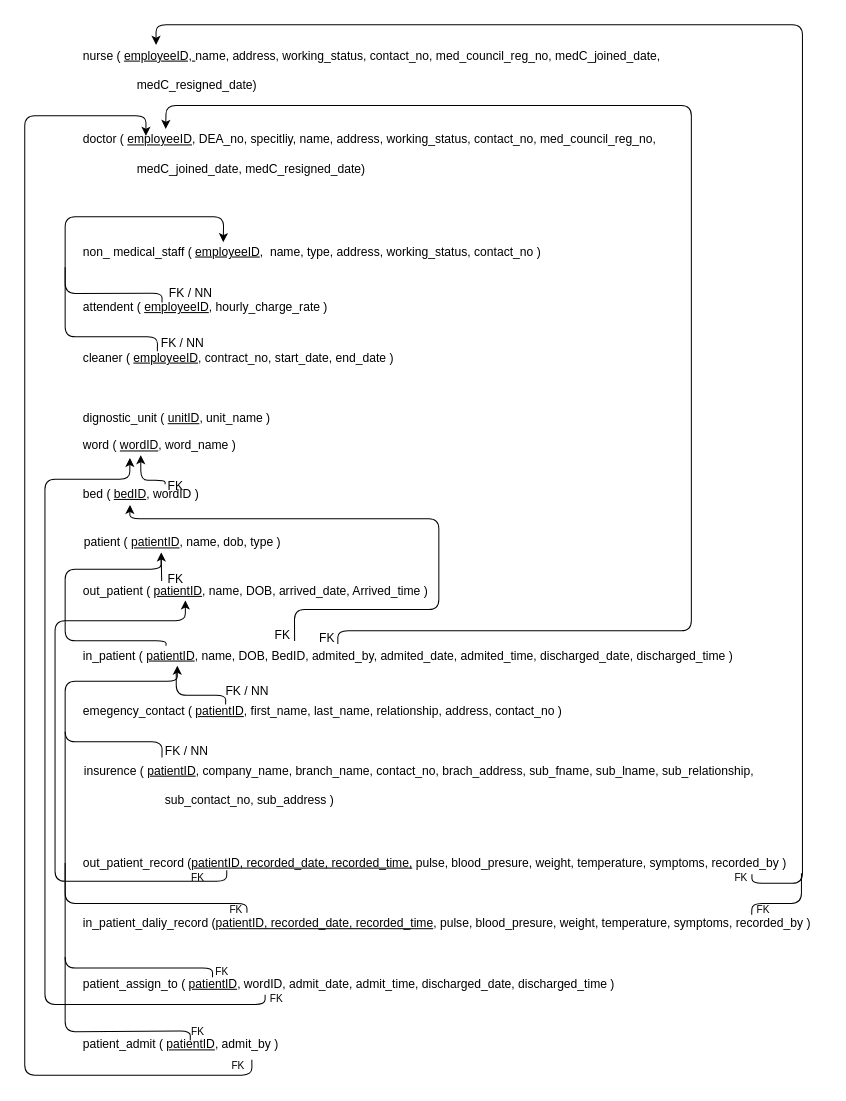
Janithpm/1203AssignmentGroup28 keeps this draw.io diagram as page "Page-2" (2 of 3) of G28-2.drawio. Above is the earlier version. Source tidied: cells renumbered, new cells numbered last; positions are measured from the earlier drawing's top-left corner, leaving out a move shared by most shapes. Both pictures are drawn from the tidied source at 101%, with x=0, y=0 at pixel (24, 24).
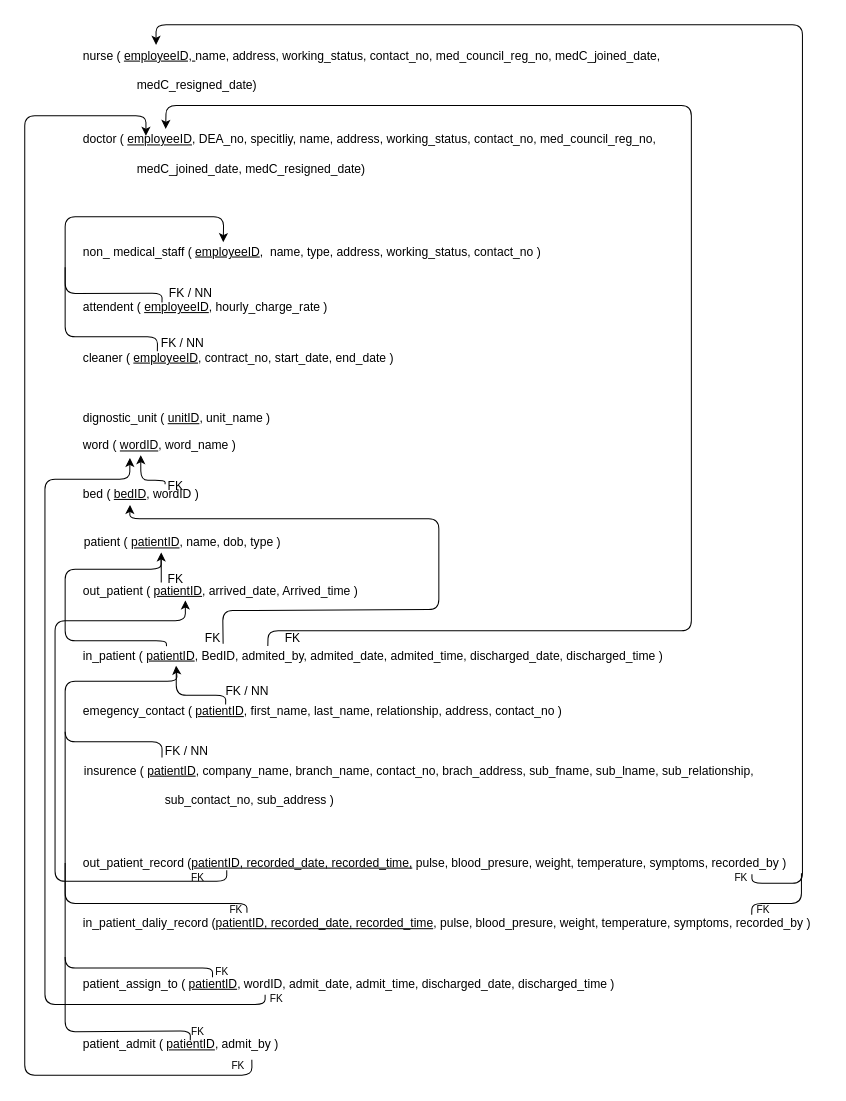
After the change.

Commit message (it also covers changes not shown here):
sql dump

The change refers to these unchanged cells:
```xml
<mxCell id="6" value="insurence ( &lt;u&gt;patientID&lt;/u&gt;, company_name, branch_name, contact_no, brach_address, sub_fname, sub_lname, sub_relationship,&lt;br&gt;&lt;span style=&quot;white-space: pre&quot;&gt;&#9;&lt;/span&gt;&lt;span style=&quot;white-space: pre&quot;&gt;&#9;&lt;/span&gt;&lt;span style=&quot;white-space: pre&quot;&gt;&#9;&lt;/span&gt;&lt;br&gt;&lt;span style=&quot;white-space: pre&quot;&gt;&#9;&lt;/span&gt;&lt;span style=&quot;white-space: pre&quot;&gt;&#9;&lt;/span&gt;&lt;span style=&quot;white-space: pre&quot;&gt;&#9;&lt;/span&gt;sub_contact_no, sub_address )" style="text;html=1;align=left;verticalAlign=middle;points=[];strokeColor=none;fillColor=none;" parent="1" vertex="1">
  <mxGeometry x="57" y="728" width="680" height="50" as="geometry" />
</mxCell>
<mxCell id="10" value="doctor ( &lt;u&gt;employeeID&lt;/u&gt;, DEA_no, specitliy, name, address, working_status, contact_no, med_council_reg_no,&lt;br&gt;&amp;nbsp;&lt;br&gt;&lt;span style=&quot;white-space: pre&quot;&gt;&#9;&lt;/span&gt;&lt;span style=&quot;white-space: pre&quot;&gt;&#9;&lt;/span&gt;medC_joined_date, medC_resigned_date)&amp;nbsp;" style="text;html=1;align=left;verticalAlign=middle;points=[];strokeColor=none;fillColor=none;" parent="1" vertex="1">
  <mxGeometry x="56" y="103" width="580" height="50" as="geometry" />
</mxCell>
```

What changed in the source:
```diff
@@
-    <mxCell id="2" value="&lt;font style=&quot;font-size: 12px&quot;&gt;in_patient ( &lt;u&gt;patientID&lt;/u&gt;, name, DOB, BedID, admited_by, admited_date, admited_time,&amp;nbsp;discharged_date, discharged_time )&lt;br&gt;&lt;/font&gt;" style="text;html=1;align=left;verticalAlign=middle;points=[];strokeColor=none;fillColor=none;" parent="1" vertex="1">
-      <mxGeometry x="56" y="615" width="660" height="20" as="geometry" />
+    <mxCell id="2" value="&lt;font style=&quot;font-size: 12px&quot;&gt;in_patient ( &lt;u&gt;patientID&lt;/u&gt;, BedID, admited_by, admited_date, admited_time,&amp;nbsp;discharged_date, discharged_time )&lt;br&gt;&lt;/font&gt;" style="text;html=1;align=left;verticalAlign=middle;points=[];strokeColor=none;fillColor=none;" parent="1" vertex="1">
+      <mxGeometry x="56" y="615" width="590" height="20" as="geometry" />
     </mxCell>
-    <mxCell id="3" value="&lt;font style=&quot;font-size: 12px&quot;&gt;out_patient ( &lt;u&gt;patientID&lt;/u&gt;, name, DOB, arrived_date, Arrived_time )&lt;/font&gt;" style="text;html=1;align=left;verticalAlign=middle;points=[];strokeColor=none;fillColor=none;" parent="1" vertex="1">
-      <mxGeometry x="56" y="551" width="360" height="20" as="geometry" />
+    <mxCell id="3" value="&lt;font style=&quot;font-size: 12px&quot;&gt;out_patient ( &lt;u&gt;patientID&lt;/u&gt;, arrived_date, Arrived_time )&lt;/font&gt;" style="text;html=1;align=left;verticalAlign=middle;points=[];strokeColor=none;fillColor=none;" parent="1" vertex="1">
+      <mxGeometry x="56" y="551" width="290" height="20" as="geometry" />
     </mxCell>
@@
-    <mxCell id="7" style="endArrow=classic;html=1;entryX=0.144;entryY=0.981;entryDx=0;entryDy=0;entryPerimeter=0;exitX=0.116;exitY=-0.052;exitDx=0;exitDy=0;exitPerimeter=0;" parent="1" edge="1" source="6" target="2">
+    <mxCell id="7" style="endArrow=classic;html=1;entryX=0.159;entryY=0.98;entryDx=0;entryDy=0;entryPerimeter=0;exitX=0.116;exitY=-0.052;exitDx=0;exitDy=0;exitPerimeter=0;" parent="1" edge="1" source="6" target="2">
       <mxGeometry relative="1" as="geometry">
         <Array as="points">
           <mxPoint x="136" y="710" />
           <mxPoint x="40" y="710" />
           <mxPoint x="40" y="650" />
           <mxPoint x="151" y="650" />
         </Array>
       </mxGeometry>
     </mxCell>
@@
-    <mxCell id="44" style="endArrow=classic;html=1;exitX=0.32;exitY=-0.19;exitDx=0;exitDy=0;exitPerimeter=0;entryX=0.371;entryY=1.07;entryDx=0;entryDy=0;entryPerimeter=0;" parent="1" edge="1">
+    <mxCell id="44" style="endArrow=classic;html=1;exitX=0.238;exitY=-0.105;exitDx=0;exitDy=0;exitPerimeter=0;entryX=0.371;entryY=1.07;entryDx=0;entryDy=0;entryPerimeter=0;" parent="1" edge="1" source="2">
       <mxGeometry relative="1" as="geometry">
-        <mxPoint x="267.2" y="610.2" as="sourcePoint" />
         <mxPoint x="104.2" y="475.4" as="targetPoint" />
         <Array as="points">
-          <mxPoint x="267" y="579" />
+          <mxPoint x="196" y="580" />
           <mxPoint x="410" y="579" />
           <mxPoint x="410" y="489" />
           <mxPoint x="104" y="489" />
         </Array>
       </mxGeometry>
     </mxCell>
     <mxCell id="45" value="FK" style="text;html=1;align=center;verticalAlign=middle;strokeColor=none;fillColor=none;" parent="1" vertex="1">
-      <mxGeometry x="240" y="595" width="30" height="20" as="geometry" />
+      <mxGeometry x="250" y="598" width="30" height="20" as="geometry" />
     </mxCell>
-    <mxCell id="46" style="endArrow=classic;html=1;entryX=0.144;entryY=0.004;entryDx=0;entryDy=0;entryPerimeter=0;" parent="1" edge="1" target="10">
+    <mxCell id="46" style="endArrow=classic;html=1;entryX=0.144;entryY=0.004;entryDx=0;entryDy=0;entryPerimeter=0;exitX=0.313;exitY=0.005;exitDx=0;exitDy=0;exitPerimeter=0;" parent="1" edge="1" source="2" target="10">
       <mxGeometry relative="1" as="geometry">
-        <mxPoint x="310" y="613" as="sourcePoint" />
         <Array as="points">
-          <mxPoint x="310" y="600" />
+          <mxPoint x="241" y="600" />
           <mxPoint x="660" y="600" />
           <mxPoint x="660" y="80" />
           <mxPoint x="140" y="80" />
         </Array>
       </mxGeometry>
     </mxCell>
     <mxCell id="47" value="FK" style="text;html=1;align=center;verticalAlign=middle;strokeColor=none;fillColor=none;" parent="1" vertex="1">
-      <mxGeometry x="284" y="598" width="30" height="20" as="geometry" />
+      <mxGeometry x="171" y="598" width="30" height="20" as="geometry" />
     </mxCell>
@@
-    <mxCell id="49" style="endArrow=classic;html=1;entryX=0.334;entryY=0.973;entryDx=0;entryDy=0;entryPerimeter=0;exitX=0.221;exitY=-0.009;exitDx=0;exitDy=0;exitPerimeter=0;" parent="1" edge="1" source="3">
+    <mxCell id="49" style="endArrow=classic;html=1;entryX=0.334;entryY=0.973;entryDx=0;entryDy=0;entryPerimeter=0;exitX=0.273;exitY=0.066;exitDx=0;exitDy=0;exitPerimeter=0;" parent="1" edge="1" source="3">
       <mxGeometry relative="1" as="geometry">
         <mxPoint x="135.1" y="522.5" as="targetPoint" />
       </mxGeometry>
     </mxCell>
@@
-    <mxCell id="51" style="endArrow=none;html=1;exitX=0.127;exitY=-0.009;exitDx=0;exitDy=0;exitPerimeter=0;" parent="1" edge="1" source="2">
+    <mxCell id="51" style="endArrow=none;html=1;exitX=0.143;exitY=0.011;exitDx=0;exitDy=0;exitPerimeter=0;" parent="1" edge="1" source="2">
       <mxGeometry relative="1" as="geometry">
         <mxPoint x="135" y="530" as="targetPoint" />
         <Array as="points">
           <mxPoint x="140" y="610" />
           <mxPoint x="40" y="610" />
           <mxPoint x="40" y="539" />
           <mxPoint x="135" y="539" />
         </Array>
       </mxGeometry>
     </mxCell>
```
